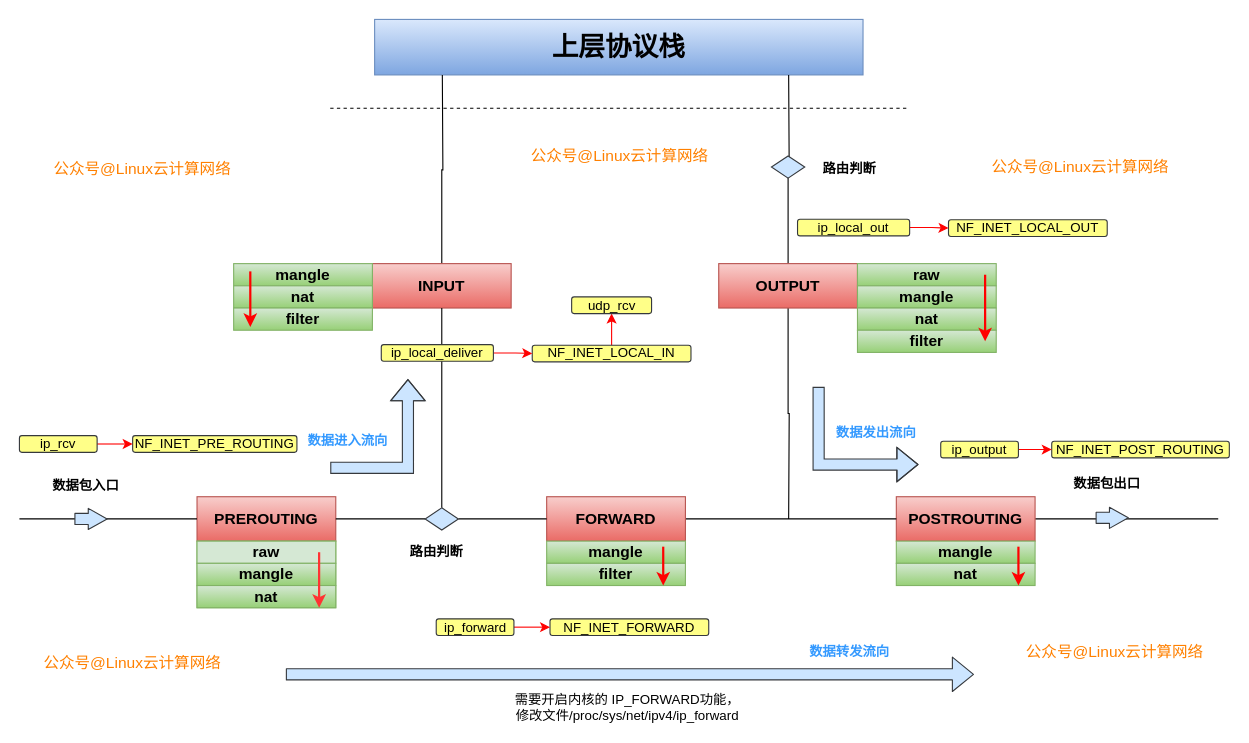
The draw.io diagram iptables.drawio in ctimbai/draw.io, before the edit. Source tidied: cells renumbered, new cells numbered last; positions are measured from the earlier drawing's top-left corner, leaving out a move shared by most shapes. Both pictures are drawn from the tidied source at 111%, with x=0, y=0 at pixel (19, 19).
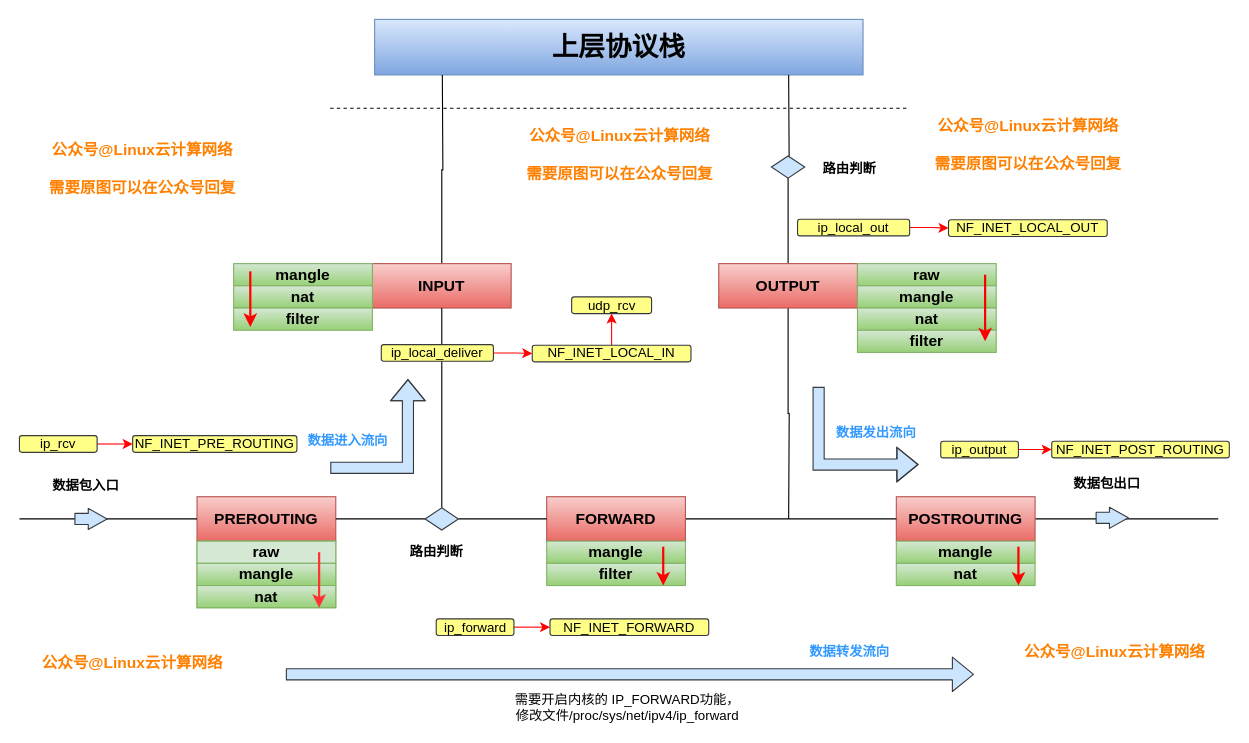
The same diagram, later.

The edit, as a diff of the source:
```diff
@@
-    <mxCell id="70" value="&lt;font color=&quot;#ff8000&quot; style=&quot;font-size: 14px&quot;&gt;公众号@Linux云计算网络&lt;/font&gt;" style="text;html=1;strokeColor=none;fillColor=none;align=center;verticalAlign=middle;whiteSpace=wrap;rounded=0;" parent="1" vertex="1">
-      <mxGeometry x="450" y="113" width="182" height="20" as="geometry" />
+    <mxCell id="70" value="&lt;font color=&quot;#ff8000&quot; style=&quot;font-size: 14px&quot;&gt;&lt;b&gt;公众号@Linux云计算网络&lt;br&gt;&lt;br&gt;需要原图可以在公众号回复&lt;br&gt;&lt;/b&gt;&lt;/font&gt;" style="text;html=1;strokeColor=none;fillColor=none;align=center;verticalAlign=middle;whiteSpace=wrap;rounded=0;" parent="1" vertex="1">
+      <mxGeometry x="450" y="113" width="182" height="17" as="geometry" />
     </mxCell>
-    <mxCell id="71" value="&lt;font color=&quot;#ff8000&quot; style=&quot;font-size: 14px&quot;&gt;公众号@Linux云计算网络&lt;/font&gt;" style="text;html=1;strokeColor=none;fillColor=none;align=center;verticalAlign=middle;whiteSpace=wrap;rounded=0;" parent="1" vertex="1">
+    <mxCell id="71" value="&lt;font color=&quot;#ff8000&quot; style=&quot;font-size: 14px&quot;&gt;&lt;b&gt;公众号@Linux云计算网络&lt;br&gt;&lt;br&gt;&lt;/b&gt;&lt;/font&gt;&lt;b style=&quot;color: rgb(255 , 128 , 0) ; font-size: 14px&quot;&gt;需要原图可以在公众号回复&lt;/b&gt;&lt;font color=&quot;#ff8000&quot; style=&quot;font-size: 14px&quot;&gt;&lt;b&gt;&lt;br&gt;&lt;/b&gt;&lt;/font&gt;" style="text;html=1;strokeColor=none;fillColor=none;align=center;verticalAlign=middle;whiteSpace=wrap;rounded=0;" parent="1" vertex="1">
       <mxGeometry x="20" y="125" width="182" height="20" as="geometry" />
     </mxCell>
-    <mxCell id="72" value="&lt;font color=&quot;#ff8000&quot; style=&quot;font-size: 14px&quot;&gt;公众号@Linux云计算网络&lt;/font&gt;" style="text;html=1;strokeColor=none;fillColor=none;align=center;verticalAlign=middle;whiteSpace=wrap;rounded=0;" parent="1" vertex="1">
-      <mxGeometry x="865" y="123" width="182" height="20" as="geometry" />
-    </mxCell>
-    <mxCell id="73" value="&lt;font color=&quot;#ff8000&quot; style=&quot;font-size: 14px&quot;&gt;公众号@Linux云计算网络&lt;/font&gt;" style="text;html=1;strokeColor=none;fillColor=none;align=center;verticalAlign=middle;whiteSpace=wrap;rounded=0;" parent="1" vertex="1">
+    <mxCell id="73" value="&lt;font color=&quot;#ff8000&quot; style=&quot;font-size: 14px&quot;&gt;&lt;b&gt;公众号@Linux云计算网络&lt;/b&gt;&lt;/font&gt;" style="text;html=1;strokeColor=none;fillColor=none;align=center;verticalAlign=middle;whiteSpace=wrap;rounded=0;" parent="1" vertex="1">
       <mxGeometry x="11" y="570" width="182" height="20" as="geometry" />
     </mxCell>
-    <mxCell id="74" value="&lt;font color=&quot;#ff8000&quot; style=&quot;font-size: 14px&quot;&gt;公众号@Linux云计算网络&lt;/font&gt;" style="text;html=1;strokeColor=none;fillColor=none;align=center;verticalAlign=middle;whiteSpace=wrap;rounded=0;" parent="1" vertex="1">
+    <mxCell id="74" value="&lt;font color=&quot;#ff8000&quot; style=&quot;font-size: 14px&quot;&gt;&lt;b&gt;公众号@Linux云计算网络&lt;/b&gt;&lt;/font&gt;" style="text;html=1;strokeColor=none;fillColor=none;align=center;verticalAlign=middle;whiteSpace=wrap;rounded=0;" parent="1" vertex="1">
       <mxGeometry x="896" y="560" width="182" height="20" as="geometry" />
     </mxCell>
+    <mxCell id="75" value="&lt;font color=&quot;#ff8000&quot; style=&quot;font-size: 14px&quot;&gt;&lt;b&gt;公众号@Linux云计算网络&lt;br&gt;&lt;br&gt;需要原图可以在公众号回复&lt;br&gt;&lt;/b&gt;&lt;/font&gt;" style="text;html=1;strokeColor=none;fillColor=none;align=center;verticalAlign=middle;whiteSpace=wrap;rounded=0;" parent="1" vertex="1">
+      <mxGeometry x="817.5" y="104.5" width="182" height="17" as="geometry" />
+    </mxCell>
```
